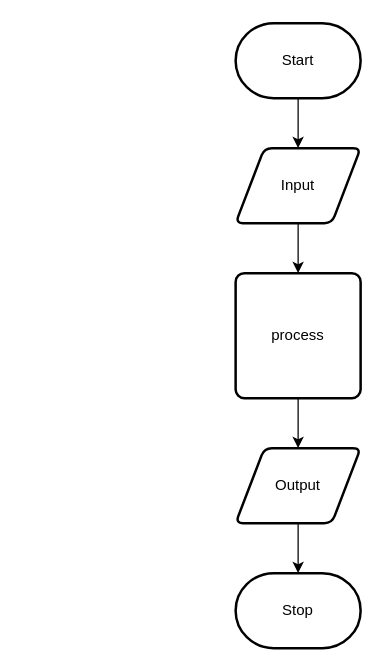
The draw.io diagram design/flow-chart.drawio in sam-corbett/ICS2O-Unit3-04-JS, before the edit. Source tidied: cells renumbered, new cells numbered last; positions are measured from the earlier drawing's top-left corner, leaving out a move shared by most shapes. Both pictures are drawn from the tidied source at 125%, with x=0, y=0 at pixel (235, 22).
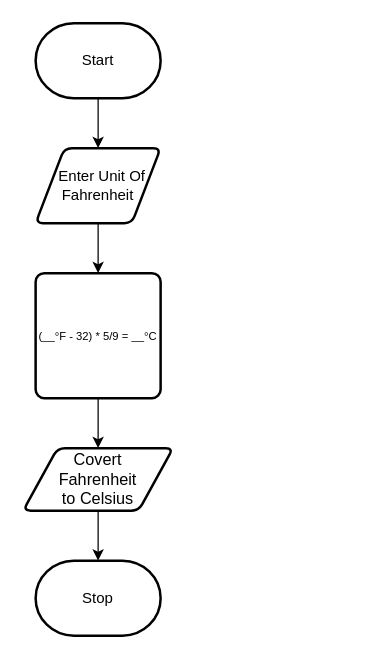
Above is the later version.

Change to the diagram source:
```diff
@@
 <mxGraphModel>
   <root>
     <mxCell id="0" />
     <mxCell id="1" parent="0" />
-    <mxCell id="2" style="edgeStyle=none;html=1;" parent="1" edge="1" source="3" target="5">
-      <mxGeometry relative="1" as="geometry" />
-    </mxCell>
+    <mxCell id="11" style="edgeStyle=none;html=1;" parent="1" edge="1" source="3" target="13">
+      <mxGeometry relative="1" as="geometry" />
+    </mxCell>
     <mxCell id="3" value="Start" style="strokeWidth=2;html=1;shape=mxgraph.flowchart.terminator;whiteSpace=wrap;" parent="1" vertex="1">
-      <mxGeometry width="100" height="60" as="geometry" />
+      <mxGeometry x="-160" width="100" height="60" as="geometry" />
     </mxCell>
-    <mxCell id="4" style="edgeStyle=none;html=1;" parent="1" edge="1" source="5" target="7">
-      <mxGeometry relative="1" as="geometry" />
-    </mxCell>
-    <mxCell id="5" value="Input" style="shape=parallelogram;html=1;strokeWidth=2;perimeter=parallelogramPerimeter;whiteSpace=wrap;rounded=1;arcSize=12;size=0.23;" parent="1" vertex="1">
-      <mxGeometry y="100" width="100" height="60" as="geometry" />
-    </mxCell>
-    <mxCell id="6" style="edgeStyle=none;html=1;" parent="1" edge="1" source="7" target="9">
-      <mxGeometry relative="1" as="geometry" />
-    </mxCell>
-    <mxCell id="7" value="process" style="rounded=1;whiteSpace=wrap;html=1;absoluteArcSize=1;arcSize=14;strokeWidth=2;" parent="1" vertex="1">
-      <mxGeometry y="200" width="100" height="100" as="geometry" />
-    </mxCell>
-    <mxCell id="8" style="edgeStyle=none;html=1;" parent="1" edge="1" source="9" target="10">
-      <mxGeometry relative="1" as="geometry" />
-    </mxCell>
-    <mxCell id="9" value="Output" style="shape=parallelogram;html=1;strokeWidth=2;perimeter=parallelogramPerimeter;whiteSpace=wrap;rounded=1;arcSize=12;size=0.23;" parent="1" vertex="1">
-      <mxGeometry y="340" width="100" height="60" as="geometry" />
-    </mxCell>
+    <mxCell id="12" style="edgeStyle=none;html=1;" parent="1" edge="1" source="13" target="15">
+      <mxGeometry relative="1" as="geometry" />
+    </mxCell>
+    <mxCell id="13" value="&amp;nbsp; Enter Unit Of Fahrenheit" style="shape=parallelogram;html=1;strokeWidth=2;perimeter=parallelogramPerimeter;whiteSpace=wrap;rounded=1;arcSize=12;size=0.23;" parent="1" vertex="1">
+      <mxGeometry x="-160" y="100" width="100" height="60" as="geometry" />
+    </mxCell>
+    <mxCell id="14" style="edgeStyle=none;html=1;" parent="1" edge="1" source="15" target="17">
+      <mxGeometry relative="1" as="geometry" />
+    </mxCell>
+    <mxCell id="15" value="&lt;font style=&quot;font-size: 9px&quot;&gt;(&lt;font style=&quot;font-size: 9px&quot;&gt;__°F - 32) * 5/9 = __°C&lt;/font&gt;&lt;/font&gt;" style="rounded=1;whiteSpace=wrap;html=1;absoluteArcSize=1;arcSize=14;strokeWidth=2;" parent="1" vertex="1">
+      <mxGeometry x="-160" y="200" width="100" height="100" as="geometry" />
+    </mxCell>
+    <mxCell id="16" style="edgeStyle=none;html=1;" parent="1" edge="1" source="17" target="10">
+      <mxGeometry relative="1" as="geometry" />
+    </mxCell>
+    <mxCell id="17" value="&lt;font style=&quot;font-size: 13px&quot;&gt;Covert &lt;br&gt;Fahrenheit &lt;br&gt;to Celsius&lt;/font&gt;" style="shape=parallelogram;html=1;strokeWidth=2;perimeter=parallelogramPerimeter;whiteSpace=wrap;rounded=1;arcSize=12;size=0.23;" parent="1" vertex="1">
+      <mxGeometry x="-170" y="340" width="120" height="50" as="geometry" />
+    </mxCell>
     <mxCell id="10" value="Stop" style="strokeWidth=2;html=1;shape=mxgraph.flowchart.terminator;whiteSpace=wrap;" parent="1" vertex="1">
-      <mxGeometry y="440" width="100" height="60" as="geometry" />
+      <mxGeometry x="-160" y="430" width="100" height="60" as="geometry" />
     </mxCell>
   </root>
 </mxGraphModel>
```
